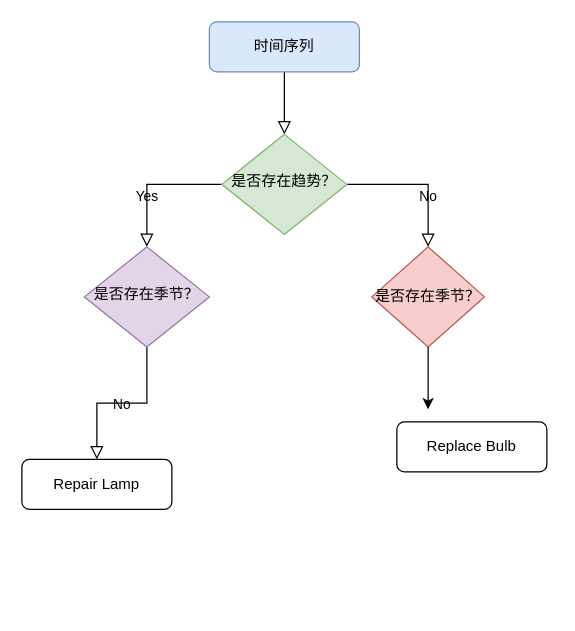
Earlier version of the draw.io diagram 未命名绘图.drawio (Gl985/hello-world). Source tidied: cells renumbered, new cells numbered last; positions are measured from the earlier drawing's top-left corner, leaving out a move shared by most shapes. Both pictures are drawn from the tidied source at 125%, with x=0, y=0 at pixel (21, 21).
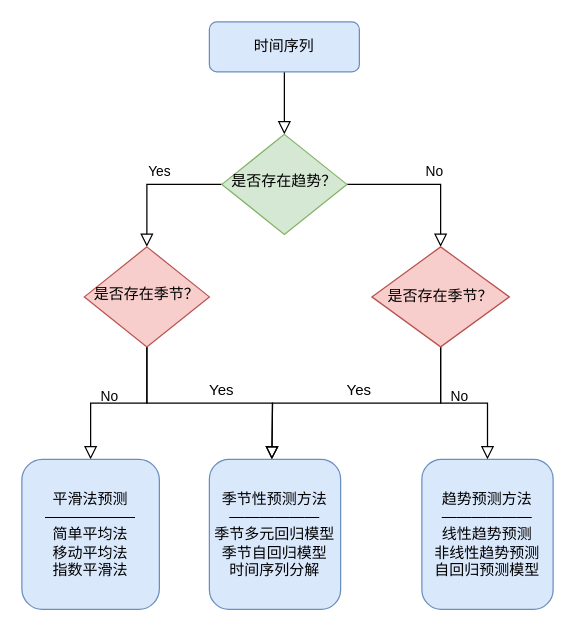
Above is the later version.

Commit message:
时间序列流程图.drawio

Unchanged cells that the change refers to:
```xml
<mxCell id="6" value="是否存在趋势？" style="rhombus;whiteSpace=wrap;html=1;shadow=0;fontFamily=Helvetica;fontSize=12;align=center;strokeWidth=1;spacing=6;spacingTop=-4;fillColor=#d5e8d4;strokeColor=#82b366;" parent="1" vertex="1">
  <mxGeometry x="160" y="90" width="100" height="80" as="geometry" />
</mxCell>
```

The edit, as a diff of the source:
```diff
@@
     <mxCell id="4" value="Yes" style="rounded=0;html=1;jettySize=auto;fontSize=11;endArrow=block;endFill=0;endSize=8;strokeWidth=1;shadow=0;labelBackgroundColor=none;edgeStyle=orthogonalEdgeStyle;" parent="1" edge="1" source="6" target="8">
-      <mxGeometry x="0.27" relative="1" as="geometry" />
+      <mxGeometry x="-0.09" y="-10" relative="1" as="geometry" />
     </mxCell>
     <mxCell id="5" value="No" style="edgeStyle=orthogonalEdgeStyle;rounded=0;html=1;jettySize=auto;fontSize=11;endArrow=block;endFill=0;endSize=8;strokeWidth=1;shadow=0;labelBackgroundColor=none;entryX=0.5;entryY=0;entryDx=0;entryDy=0;" parent="1" edge="1" source="6" target="11">
-      <mxGeometry x="0.3" relative="1" as="geometry" />
+      <mxGeometry x="0.12" y="10" relative="1" as="geometry" />
     </mxCell>
@@
     <mxCell id="7" value="No" style="rounded=0;html=1;jettySize=auto;fontSize=11;endArrow=block;endFill=0;endSize=8;strokeWidth=1;shadow=0;labelBackgroundColor=none;edgeStyle=orthogonalEdgeStyle;" parent="1" edge="1" source="8" target="9">
-      <mxGeometry x="0.33" y="20" relative="1" as="geometry" />
+      <mxGeometry x="0.11" y="-5" relative="1" as="geometry">
+        <Array as="points">
+          <mxPoint x="100" y="305" />
+          <mxPoint x="55" y="305" />
+        </Array>
+      </mxGeometry>
     </mxCell>
+    <mxCell id="13" style="edgeStyle=orthogonalEdgeStyle;rounded=0;jettySize=auto;html=1;exitX=0.5;exitY=1;exitDx=0;exitDy=0;endArrow=block;endFill=0;labelBackgroundColor=none;endSize=8;strokeWidth=1;shadow=0;" parent="1" edge="1" source="8">
+      <mxGeometry relative="1" as="geometry">
+        <mxPoint x="200" y="350" as="targetPoint" />
+      </mxGeometry>
+    </mxCell>
-    <mxCell id="8" value="是否存在季节？" style="rhombus;whiteSpace=wrap;html=1;shadow=0;fontFamily=Helvetica;fontSize=12;align=center;strokeWidth=1;spacing=6;spacingTop=-4;fillColor=#e1d5e7;strokeColor=#9673a6;" parent="1" vertex="1">
+    <mxCell id="8" value="是否存在季节？" style="rhombus;whiteSpace=wrap;html=1;shadow=0;fontFamily=Helvetica;fontSize=12;align=center;strokeWidth=1;spacing=6;spacingTop=-4;fillColor=#f8cecc;strokeColor=#b85450;" parent="1" vertex="1">
       <mxGeometry x="50" y="180" width="100" height="80" as="geometry" />
     </mxCell>
-    <mxCell id="9" value="Repair Lamp" style="rounded=1;whiteSpace=wrap;html=1;fontSize=12;glass=0;strokeWidth=1;shadow=0;" parent="1" vertex="1">
-      <mxGeometry y="350" width="120" height="40" as="geometry" />
+    <mxCell id="9" value="平滑法预测&lt;br&gt;——————&lt;br&gt;简单平均法&lt;br&gt;移动平均法&lt;br&gt;指数平滑法" style="rounded=1;whiteSpace=wrap;html=1;fontSize=12;glass=0;strokeWidth=1;shadow=0;fillColor=#dae8fc;strokeColor=#6c8ebf;" parent="1" vertex="1">
+      <mxGeometry y="350" width="110" height="120" as="geometry" />
     </mxCell>
-    <mxCell id="10" value="Replace Bulb" style="rounded=1;whiteSpace=wrap;html=1;fontSize=12;glass=0;strokeWidth=1;shadow=0;" parent="1" vertex="1">
-      <mxGeometry x="300" y="320" width="120" height="40" as="geometry" />
+    <mxCell id="10" value="趋势预测方法&lt;br&gt;——————&lt;br&gt;线性趋势预测&lt;br&gt;非线性趋势预测&lt;br&gt;自回归预测模型" style="rounded=1;whiteSpace=wrap;html=1;fontSize=12;glass=0;strokeWidth=1;shadow=0;fillColor=#dae8fc;strokeColor=#6c8ebf;" parent="1" vertex="1">
+      <mxGeometry x="320" y="350" width="105" height="120" as="geometry" />
     </mxCell>
+    <mxCell id="14" value="No" style="edgeStyle=orthogonalEdgeStyle;rounded=0;comic=0;jettySize=auto;html=1;exitX=0.5;exitY=1;exitDx=0;exitDy=0;endArrow=block;endFill=0;labelBackgroundColor=none;endSize=8;strokeWidth=1;shadow=0;" parent="1" edge="1" source="11">
+      <mxGeometry x="-0.64" y="15" relative="1" as="geometry">
+        <mxPoint x="200" y="350" as="targetPoint" />
+      </mxGeometry>
+    </mxCell>
+    <mxCell id="15" style="edgeStyle=orthogonalEdgeStyle;rounded=0;comic=0;jettySize=auto;html=1;exitX=0.5;exitY=1;exitDx=0;exitDy=0;entryX=0.5;entryY=0;entryDx=0;entryDy=0;endArrow=block;endFill=0;labelBackgroundColor=none;endSize=8;strokeWidth=1;shadow=0;" parent="1" edge="1" source="11" target="10">
+      <mxGeometry relative="1" as="geometry" />
+    </mxCell>
     <mxCell id="11" value="是否存在季节？" style="rhombus;whiteSpace=wrap;html=1;fillColor=#f8cecc;strokeColor=#b85450;" parent="1" vertex="1">
-      <mxGeometry x="280" y="180" width="90" height="80" as="geometry" />
+      <mxGeometry x="280" y="180" width="110" height="80" as="geometry" />
     </mxCell>
-    <mxCell id="12" style="endArrow=classic;html=1;rounded=0;exitX=0.5;exitY=1;exitDx=0;exitDy=0;" parent="1" edge="1" source="11">
-      <mxGeometry relative="1" as="geometry">
-        <mxPoint x="325" y="310" as="targetPoint" />
-      </mxGeometry>
-    </mxCell>
+    <mxCell id="16" value="Yes" style="text;html=1;strokeColor=none;fillColor=none;align=center;verticalAlign=middle;whiteSpace=wrap;rounded=0;" parent="1" vertex="1">
+      <mxGeometry x="130" y="280" width="60" height="30" as="geometry" />
+    </mxCell>
+    <mxCell id="17" value="Yes" style="text;html=1;strokeColor=none;fillColor=none;align=center;verticalAlign=middle;whiteSpace=wrap;rounded=0;" parent="1" vertex="1">
+      <mxGeometry x="240" y="280" width="60" height="30" as="geometry" />
+    </mxCell>
+    <mxCell id="18" value="季节性预测方法&lt;br&gt;——————&lt;br&gt;季节多元回归模型&lt;br&gt;季节自回归模型&lt;br&gt;时间序列分解" style="rounded=1;whiteSpace=wrap;html=1;fontSize=12;glass=0;strokeWidth=1;shadow=0;fillColor=#dae8fc;strokeColor=#6c8ebf;" parent="1" vertex="1">
+      <mxGeometry x="150" y="350" width="105" height="120" as="geometry" />
+    </mxCell>
```
